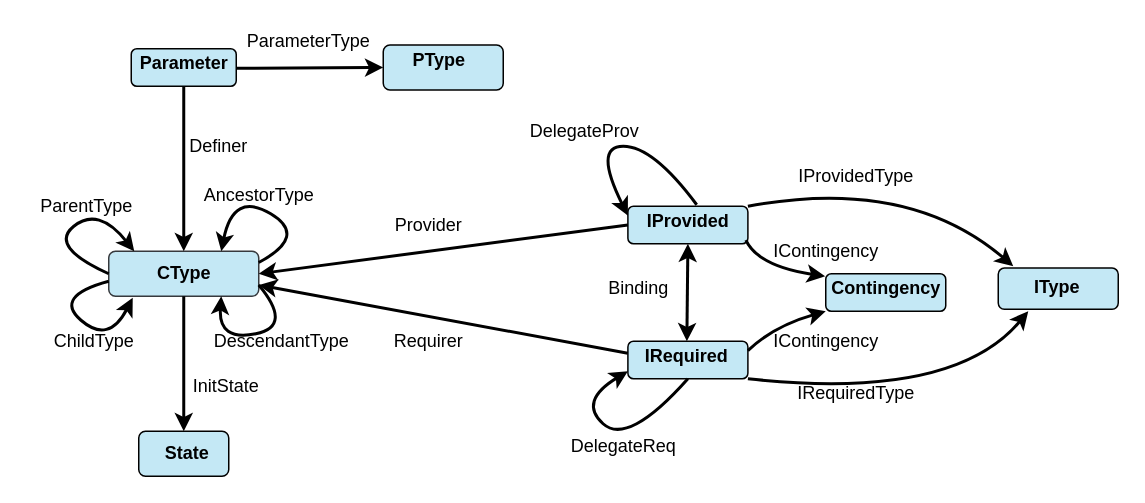
Earlier version of the draw.io diagram relflow.drawio (jpgros/site-web). Source tidied: cells renumbered, new cells numbered last; positions are measured from the earlier drawing's top-left corner, leaving out a move shared by most shapes. Both pictures are drawn from the tidied source at 150%, with x=0, y=0 at pixel (26, 26).
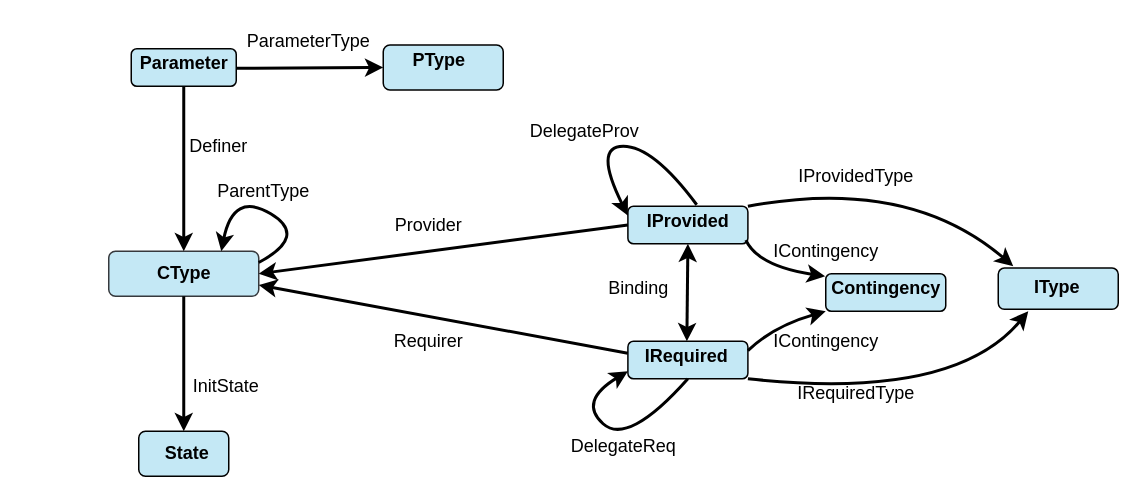
Above is the later version.

Unchanged cells that the change refers to:
```xml
<mxCell id="8" style="rounded=1;whiteSpace=wrap;html=1;strokeColor=#36393d;fillColor=#C4E8F5;" parent="1" vertex="1">
  <mxGeometry x="55" y="150" width="100" height="30" as="geometry" />
</mxCell>
```

The edit, as a diff of the source:
```diff
@@
-    <mxCell id="18" style="curved=1;endArrow=classic;html=1;exitX=0;exitY=0.5;exitDx=0;exitDy=0;strokeWidth=2;entryX=0.17;entryY=0;entryDx=0;entryDy=0;entryPerimeter=0;" parent="1" edge="1" source="8" target="8">
-      <mxGeometry relative="1" as="geometry">
-        <Array as="points">
-          <mxPoint x="15" y="147" />
-          <mxPoint x="48" y="120" />
-        </Array>
-      </mxGeometry>
-    </mxCell>
     <mxCell id="19" value="ParentType" style="text;html=1;align=center;verticalAlign=middle;" parent="1" vertex="1">
-      <mxGeometry y="110" width="80" height="20" as="geometry" />
+      <mxGeometry x="118" y="100" width="80" height="20" as="geometry" />
     </mxCell>
@@
-    <mxCell id="42" style="curved=1;endArrow=classic;html=1;strokeWidth=2;entryX=0.16;entryY=1.033;entryDx=0;entryDy=0;entryPerimeter=0;" parent="1" edge="1" target="8">
-      <mxGeometry relative="1" as="geometry">
-        <mxPoint x="55" y="170" as="sourcePoint" />
-        <Array as="points">
-          <mxPoint x="18" y="180" />
-          <mxPoint x="55" y="212" />
-        </Array>
-      </mxGeometry>
-    </mxCell>
-    <mxCell id="43" value="ChildType" style="text;html=1;align=center;verticalAlign=middle;" parent="1" vertex="1">
-      <mxGeometry x="10" y="200" width="70" height="20" as="geometry" />
-    </mxCell>
-    <mxCell id="44" style="curved=1;endArrow=classic;html=1;strokeWidth=2;entryX=0.75;entryY=1;entryDx=0;entryDy=0;exitX=1;exitY=0.75;exitDx=0;exitDy=0;" parent="1" edge="1" source="8" target="8">
-      <mxGeometry relative="1" as="geometry">
-        <Array as="points">
-          <mxPoint x="178" y="200" />
-          <mxPoint x="128" y="210" />
-        </Array>
-      </mxGeometry>
-    </mxCell>
-    <mxCell id="45" value="DescendantType" style="text;html=1;align=center;verticalAlign=middle;" parent="1" vertex="1">
-      <mxGeometry x="120" y="200" width="100" height="20" as="geometry" />
-    </mxCell>
@@
-    <mxCell id="47" value="AncestorType" style="text;html=1;align=center;verticalAlign=middle;" parent="1" vertex="1">
-      <mxGeometry x="110" y="102.5" width="90" height="20" as="geometry" />
-    </mxCell>
```
